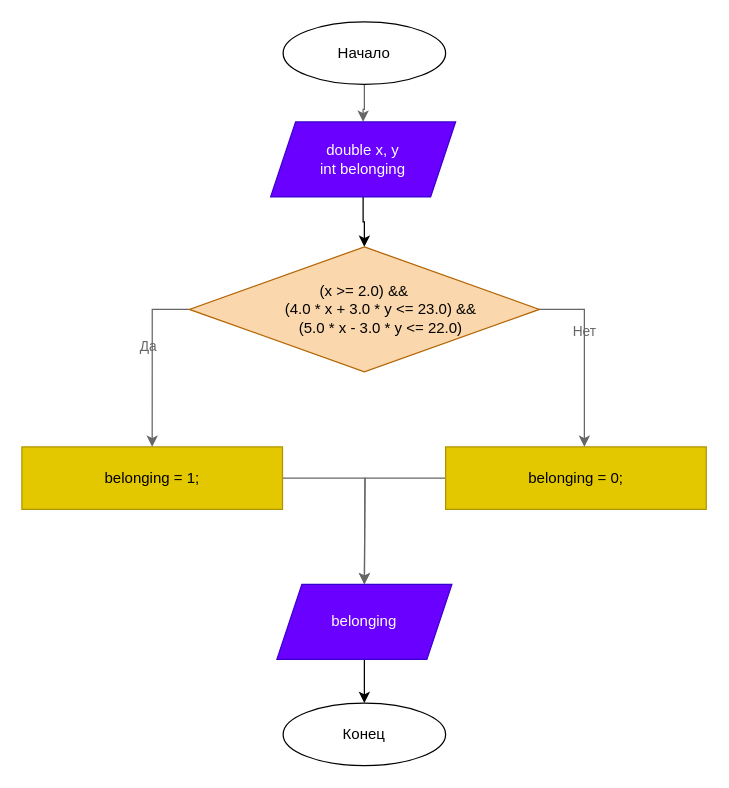
This is schema.drawio from DragonSov/lab6_homework2, a draw.io file, before an edit. Source tidied: cells renumbered, new cells numbered last; positions are measured from the earlier drawing's top-left corner, leaving out a move shared by most shapes. Both pictures are drawn from the tidied source at 125%, with x=0, y=0 at pixel (21, 21).
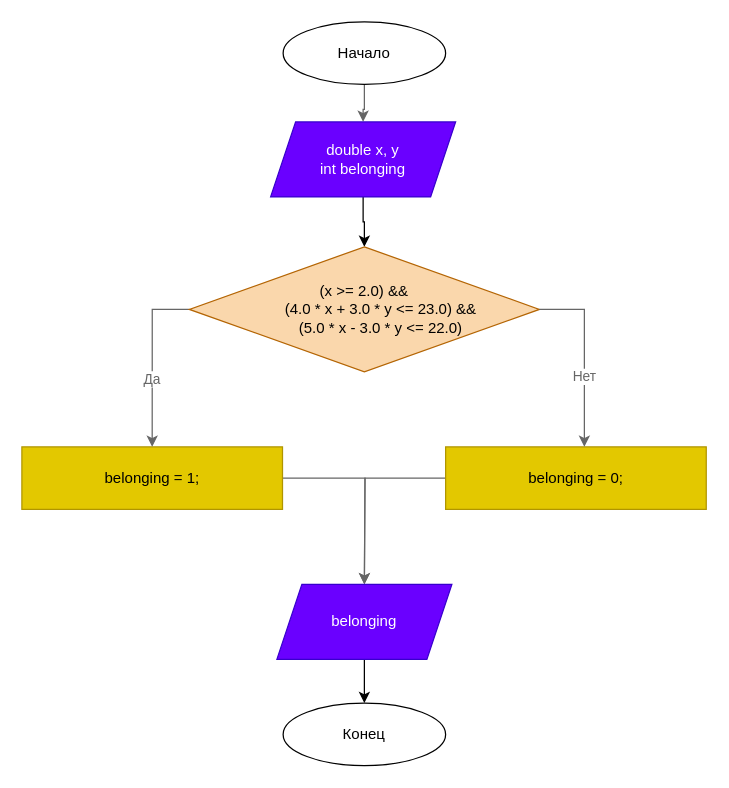
After the change.

The change refers to these unchanged cells:
```xml
<mxCell id="8" value="belonging = 1;" style="rounded=0;whiteSpace=wrap;html=1;fillColor=#e3c800;fontColor=#000000;strokeColor=#B09500;" parent="1" vertex="1">
  <mxGeometry y="340" width="208.5" height="50" as="geometry" />
</mxCell>
<mxCell id="11" value="(x &amp;gt;= 2.0) &amp;amp;&amp;amp;&lt;br&gt;&amp;nbsp; &amp;nbsp; &amp;nbsp; &amp;nbsp; (4.0 * x + 3.0 * y &amp;lt;= 23.0) &amp;amp;&amp;amp;&lt;br&gt;&amp;nbsp; &amp;nbsp; &amp;nbsp; &amp;nbsp; (5.0 * x - 3.0 * y &amp;lt;= 22.0)" style="rhombus;whiteSpace=wrap;html=1;fillColor=#fad7ac;strokeColor=#b46504;" parent="1" vertex="1">
  <mxGeometry x="134" y="180" width="280" height="100" as="geometry" />
</mxCell>
<mxCell id="14" style="edgeStyle=orthogonalEdgeStyle;rounded=0;jettySize=auto;html=1;exitX=1;exitY=0.5;exitDx=0;exitDy=0;fillColor=#f5f5f5;strokeColor=#666666;" parent="1" edge="1" source="11">
  <mxGeometry relative="1" as="geometry">
    <mxPoint x="450" y="340" as="targetPoint" />
    <Array as="points">
      <mxPoint x="450" y="230" />
    </Array>
  </mxGeometry>
</mxCell>
```

What changed in the source:
```diff
@@
     <mxCell id="9" style="edgeStyle=orthogonalEdgeStyle;rounded=0;jettySize=auto;html=1;entryX=0.5;entryY=0;entryDx=0;entryDy=0;exitX=0;exitY=0.5;exitDx=0;exitDy=0;fillColor=#f5f5f5;strokeColor=#666666;" parent="1" edge="1" source="11" target="8">
-      <mxGeometry relative="1" as="geometry" />
+      <mxGeometry relative="1" as="geometry">
+        <Array as="points">
+          <mxPoint x="104" y="230" />
+        </Array>
+      </mxGeometry>
     </mxCell>
-    <mxCell id="10" value="Да" style="edgeLabel;html=1;align=center;verticalAlign=middle;labelBackgroundColor=none;fontColor=#666666;" parent="9" vertex="1">
-      <mxGeometry x="-0.16" y="-4" relative="1" as="geometry" />
+    <mxCell id="10" value="Да" style="edgeLabel;html=1;align=center;verticalAlign=middle;fontColor=#666666;" parent="9" vertex="1">
+      <mxGeometry x="0.22" y="-1" relative="1" as="geometry" />
     </mxCell>
@@
-    <mxCell id="15" value="Нет" style="edgeLabel;html=1;align=center;verticalAlign=middle;labelBackgroundColor=none;fontColor=#666666;" parent="14" vertex="1">
-      <mxGeometry x="-0.27" y="-1" relative="1" as="geometry" />
+    <mxCell id="15" value="Нет" style="edgeLabel;html=1;align=center;verticalAlign=middle;fontColor=#666666;" parent="14" vertex="1">
+      <mxGeometry x="0.22" y="-1" relative="1" as="geometry" />
     </mxCell>
```
